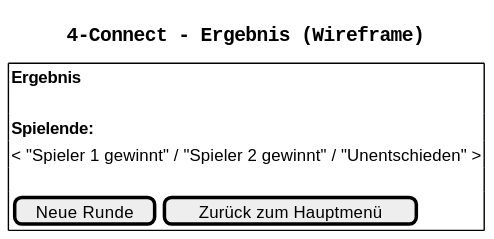
Before: documentation/diagrams/04-07_ergebnis.svg, a diagram exported from PlantUML (realLucas01/SEGR11).
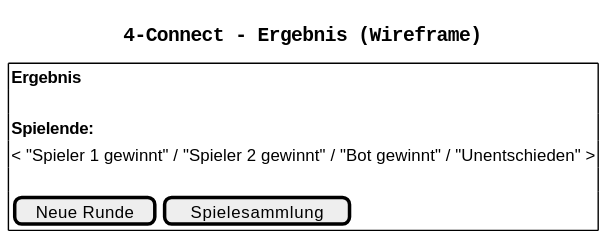
After the commit.

The edit, as a diff of the source:
```diff
@@ -9,9 +9,9 @@
     { **Ergebnis** }
     .
     { **Spielende:** }
-    { < "Spieler 1 gewinnt" / "Spieler 2 gewinnt" / "Unentschieden" > }
+    { < "Spieler 1 gewinnt" / "Spieler 2 gewinnt" / "Bot gewinnt" / "Unentschieden" > }
     .
-    {[ Neue Runde ] | [ Zurück zum Hauptmenü ]}
+    {[ Neue Runde ] | [ Spielesammlung ]}
   }
 }
 @enduml
```
